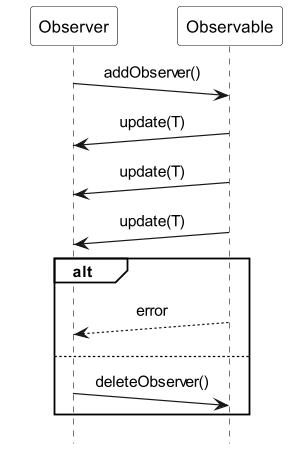
The PlantUML diagram images/pattern_Observer.png in ti-cortex-m4/demo-java-reactive-streams-old, before a commit.
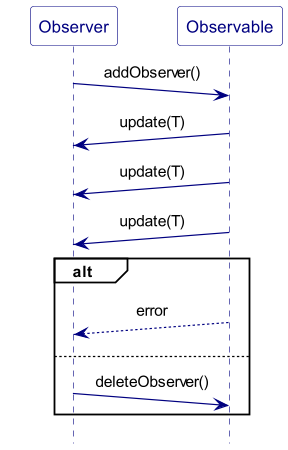
After the commit.

What changed in the source:
```diff
@@ -1,16 +1,6 @@
 @startuml
+!include sequence_header.iuml
 
-scale 1.2
-hide footbox
-
-!pragma teoz true
-
-skinparam monochrome true
-skinparam defaultFontName Source Sans Pro
-skinparam sequenceMessageAlign center
-skinparam participantBackgroundColor #white
-skinparam noteBackgroundColor #white
-skinparam sequenceGroupBackgroundColor #white
 skinparam participantPadding 20
 
 participant Observer
```
